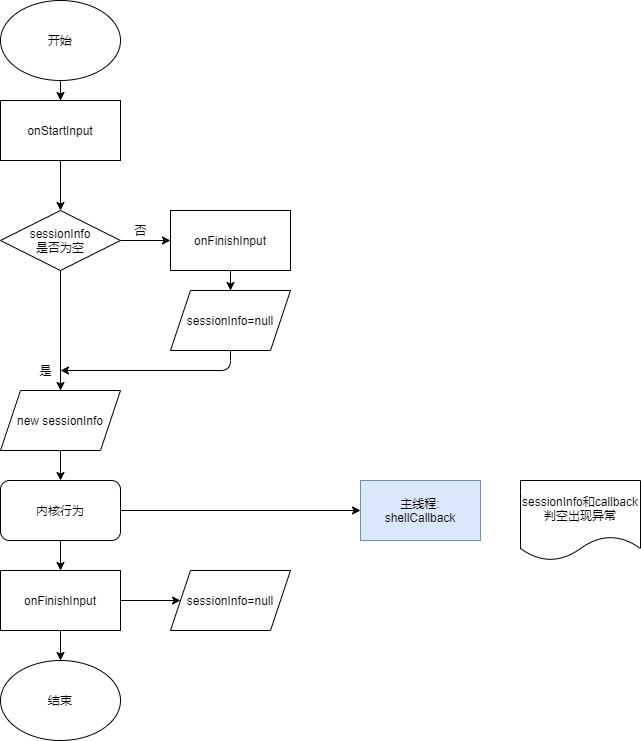
chonglv/charts keeps this draw.io diagram as input/shell-thread-refactor.png. Above is the earlier version. Source tidied: cells renumbered, new cells last; positions are measured from the earlier drawing's top-left corner, leaving out a move shared by most shapes.
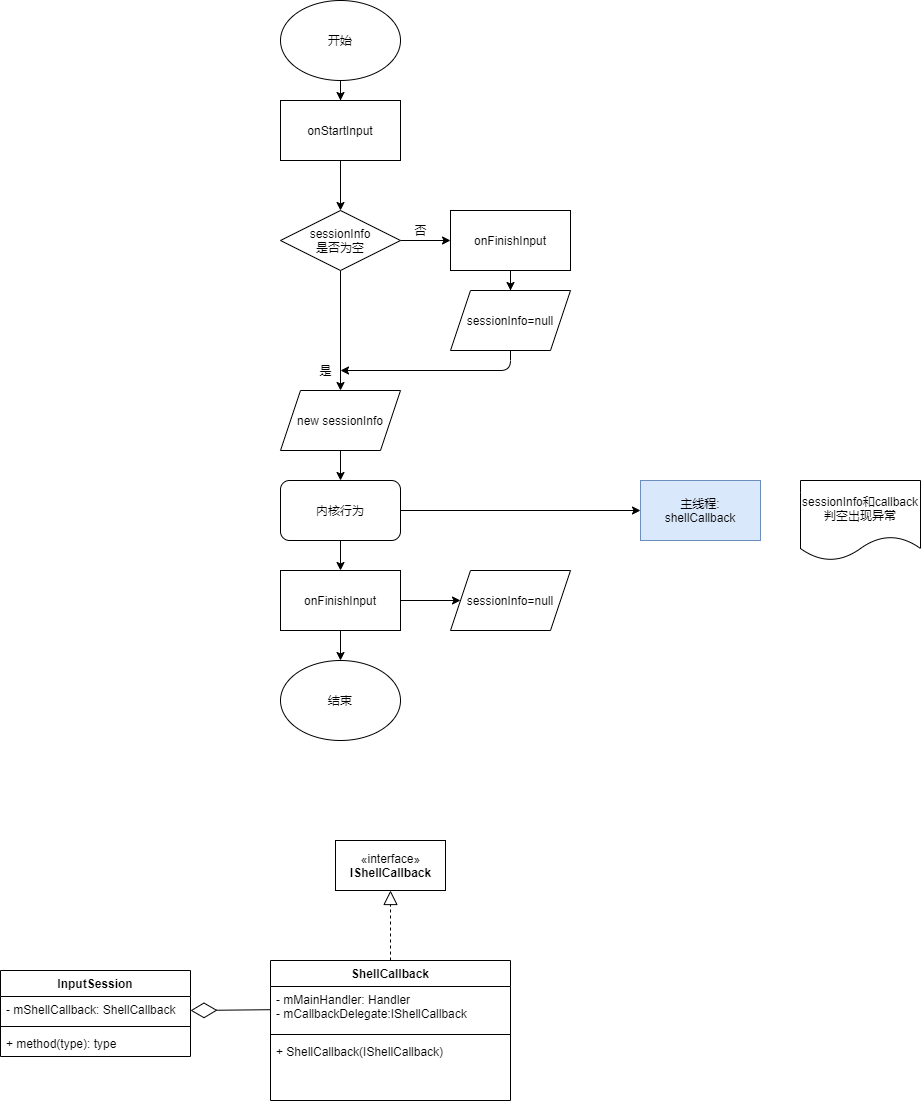
The same file after the commit.

What changed in the source:
```diff
@@ -82,5 +82,40 @@
     <mxCell id="26" value="是" style="text;html=1;align=center;verticalAlign=middle;" parent="1" vertex="1">
       <mxGeometry x="30" y="360" width="30" height="20" as="geometry" />
     </mxCell>
+    <mxCell id="27" value="«interface»&lt;br&gt;&lt;b&gt;IShellCallback&lt;/b&gt;" style="html=1;" parent="1" vertex="1">
+      <mxGeometry x="55" y="840" width="110" height="50" as="geometry" />
+    </mxCell>
+    <mxCell id="28" value="ShellCallback" style="swimlane;fontStyle=1;align=center;verticalAlign=top;horizontal=1;startSize=26;" parent="1" vertex="1">
+      <mxGeometry x="-10" y="960" width="240" height="140" as="geometry" />
+    </mxCell>
+    <mxCell id="29" value="- mMainHandler: Handler&#10;- mCallbackDelegate:IShellCallback" style="text;strokeColor=none;fillColor=none;align=left;verticalAlign=top;spacingLeft=4;spacingRight=4;overflow=hidden;points=[[0,0.5],[1,0.5]];portConstraint=eastwest;" parent="28" vertex="1">
+      <mxGeometry y="26" width="240" height="44" as="geometry" />
+    </mxCell>
+    <mxCell id="30" style="line;strokeWidth=1;fillColor=none;align=left;verticalAlign=middle;spacingTop=-1;spacingLeft=3;spacingRight=3;labelPosition=right;" parent="28" vertex="1">
+      <mxGeometry y="70" width="240" height="8" as="geometry" />
+    </mxCell>
+    <mxCell id="31" value="+ ShellCallback(IShellCallback)" style="text;strokeColor=none;fillColor=none;align=left;verticalAlign=top;spacingLeft=4;spacingRight=4;overflow=hidden;" parent="28" vertex="1">
+      <mxGeometry y="78" width="240" height="62" as="geometry" />
+    </mxCell>
+    <mxCell id="32" style="endArrow=block;dashed=1;endFill=0;endSize=12;html=1;entryX=0.5;entryY=1;entryDx=0;entryDy=0;exitX=0.5;exitY=0;exitDx=0;exitDy=0;" parent="1" edge="1" source="28" target="27">
+      <mxGeometry relative="1" as="geometry" />
+    </mxCell>
+    <mxCell id="33" value="InputSession" style="swimlane;fontStyle=1;align=center;verticalAlign=top;horizontal=1;startSize=26;" parent="1" vertex="1">
+      <mxGeometry x="-280" y="970" width="190" height="86" as="geometry" />
+    </mxCell>
+    <mxCell id="34" value="- mShellCallback: ShellCallback" style="text;strokeColor=none;fillColor=none;align=left;verticalAlign=top;spacingLeft=4;spacingRight=4;overflow=hidden;" parent="33" vertex="1">
+      <mxGeometry y="26" width="190" height="26" as="geometry" />
+    </mxCell>
+    <mxCell id="35" style="line;strokeWidth=1;fillColor=none;align=left;verticalAlign=middle;spacingTop=-1;spacingLeft=3;spacingRight=3;labelPosition=right;" parent="33" vertex="1">
+      <mxGeometry y="52" width="190" height="8" as="geometry" />
+    </mxCell>
+    <mxCell id="36" value="+ method(type): type" style="text;strokeColor=none;fillColor=none;align=left;verticalAlign=top;spacingLeft=4;spacingRight=4;overflow=hidden;" parent="33" vertex="1">
+      <mxGeometry y="60" width="190" height="26" as="geometry" />
+    </mxCell>
+    <mxCell id="37" style="endArrow=diamondThin;endFill=0;endSize=24;html=1;" parent="1" edge="1" source="29">
+      <mxGeometry relative="1" as="geometry">
+        <mxPoint x="-90" y="1010" as="targetPoint" />
+      </mxGeometry>
+    </mxCell>
   </root>
 </mxGraphModel>
```
